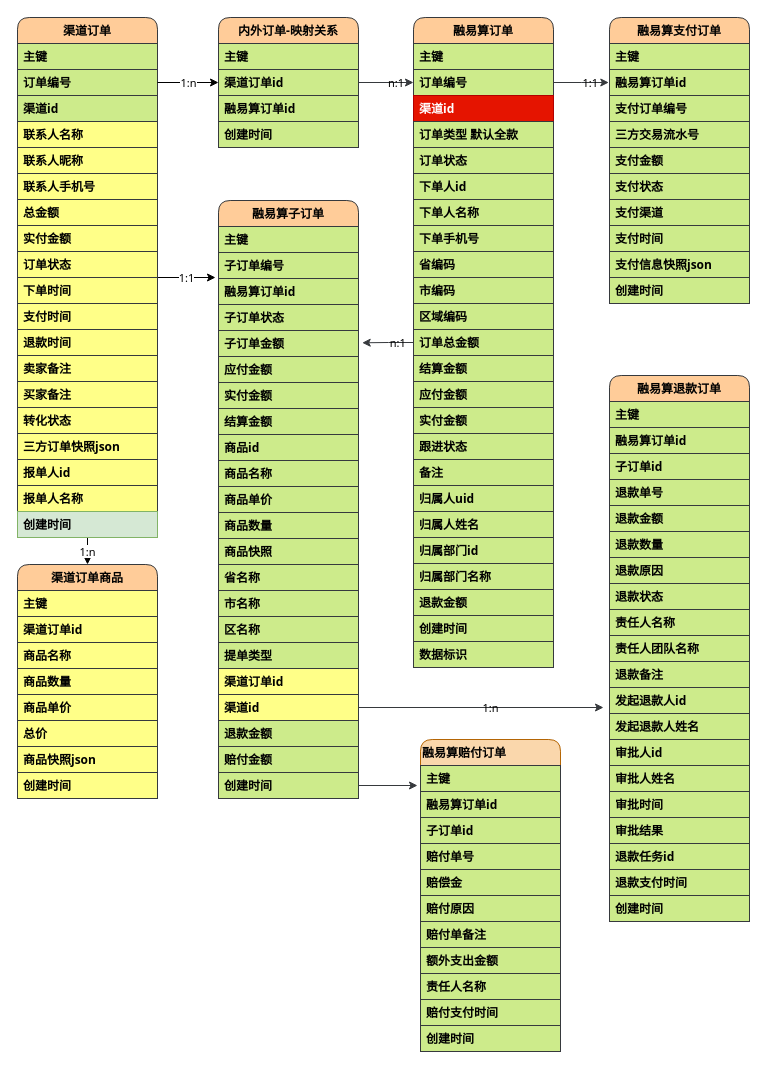
Above: 渠道订单DB.drawio in zhaoershuang/flow-chart (draw.io), before the change. Source tidied: cells renumbered, new cells numbered last; positions are measured from the earlier drawing's top-left corner, leaving out a move shared by most shapes. Both pictures are drawn from the tidied source at 100%, with x=0, y=0 at pixel (17, 17).
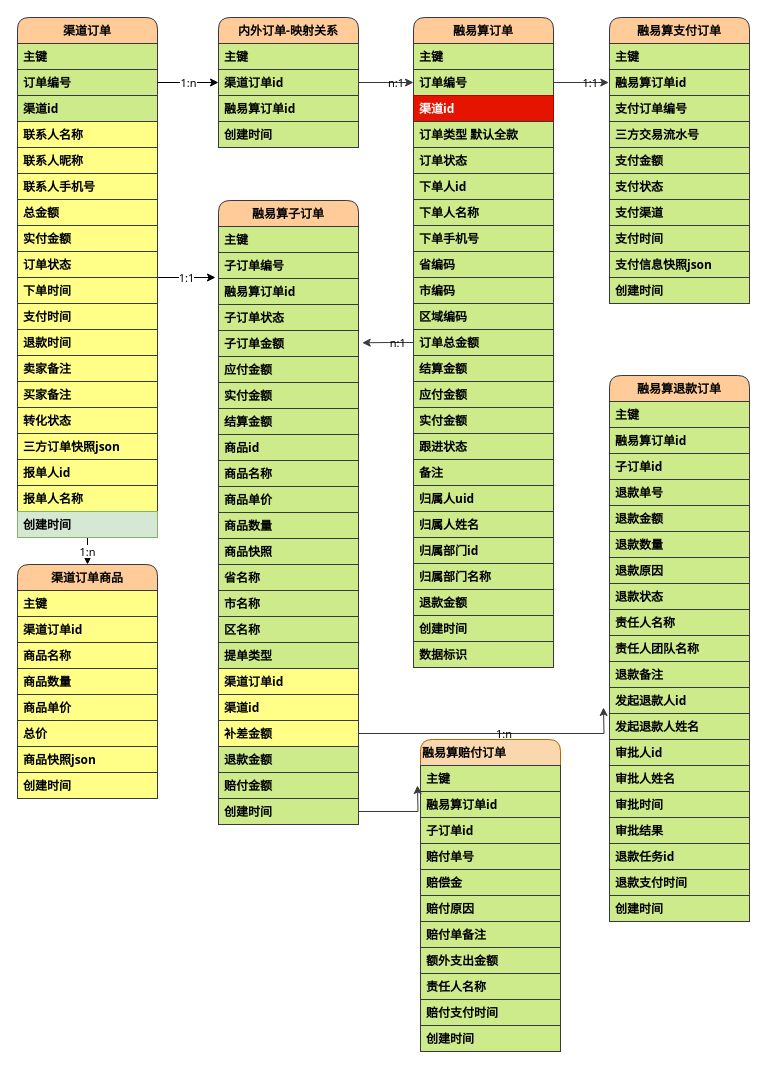
The same page after the edit.

Commit message:
更新渠道订单DB.drawio

Diff of the diagram source:
```diff
@@
     <mxCell id="66" value="融易算子订单" style="swimlane;fontStyle=1;horizontal=1;startSize=26;rounded=1;fontFamily=Tahoma;fillColor=#ffcc99;strokeColor=#36393d;align=center;labelBackgroundColor=none;labelBorderColor=none;shadow=0;" parent="1" vertex="1">
-      <mxGeometry x="201" y="183" width="140" height="598" as="geometry" />
+      <mxGeometry x="201" y="183" width="140" height="624" as="geometry" />
     </mxCell>
@@
+    <mxCell id="136" value="渠道id" style="text;align=left;verticalAlign=top;spacingLeft=4;spacingRight=4;overflow=hidden;fontStyle=1;fontFamily=Tahoma;fillColor=#ffff88;strokeColor=#36393d;labelBackgroundColor=none;labelBorderColor=none;shadow=0;" parent="66" vertex="1">
+      <mxGeometry y="494" width="140" height="26" as="geometry" />
+    </mxCell>
-    <mxCell id="85" value="渠道id" style="text;align=left;verticalAlign=top;spacingLeft=4;spacingRight=4;overflow=hidden;points=[[0,0.5],[1,0.5]];portConstraint=eastwest;fontStyle=1;fontFamily=Tahoma;fillColor=#ffff88;strokeColor=#36393d;labelBackgroundColor=none;labelBorderColor=none;shadow=0;" parent="66" vertex="1">
-      <mxGeometry y="494" width="140" height="26" as="geometry" />
+    <mxCell id="85" value="补差金额" style="text;align=left;verticalAlign=top;spacingLeft=4;spacingRight=4;overflow=hidden;points=[[0,0.5],[1,0.5]];portConstraint=eastwest;fontStyle=1;fontFamily=Tahoma;fillColor=#ffff88;strokeColor=#36393d;labelBackgroundColor=none;labelBorderColor=none;shadow=0;" parent="66" vertex="1">
+      <mxGeometry y="520" width="140" height="26" as="geometry" />
     </mxCell>
     <mxCell id="86" value="退款金额" style="text;align=left;verticalAlign=top;spacingLeft=4;spacingRight=4;overflow=hidden;fontStyle=1;fontFamily=Tahoma;fillColor=#cdeb8b;strokeColor=#36393d;labelBackgroundColor=none;labelBorderColor=none;shadow=0;" parent="66" vertex="1">
-      <mxGeometry y="520" width="140" height="26" as="geometry" />
+      <mxGeometry y="546" width="140" height="26" as="geometry" />
     </mxCell>
     <mxCell id="87" value="赔付金额" style="text;align=left;verticalAlign=top;spacingLeft=4;spacingRight=4;overflow=hidden;fontStyle=1;fontFamily=Tahoma;fillColor=#cdeb8b;strokeColor=#36393d;labelBackgroundColor=none;labelBorderColor=none;shadow=0;" parent="66" vertex="1">
-      <mxGeometry y="546" width="140" height="26" as="geometry" />
+      <mxGeometry y="572" width="140" height="26" as="geometry" />
     </mxCell>
     <mxCell id="88" value="创建时间" style="text;align=left;verticalAlign=top;spacingLeft=4;spacingRight=4;overflow=hidden;points=[[0,0.5],[1,0.5]];portConstraint=eastwest;fontStyle=1;fontFamily=Tahoma;fillColor=#cdeb8b;strokeColor=#36393d;labelBackgroundColor=none;labelBorderColor=none;shadow=0;" parent="66" vertex="1">
-      <mxGeometry y="572" width="140" height="26" as="geometry" />
+      <mxGeometry y="598" width="140" height="26" as="geometry" />
     </mxCell>
```
